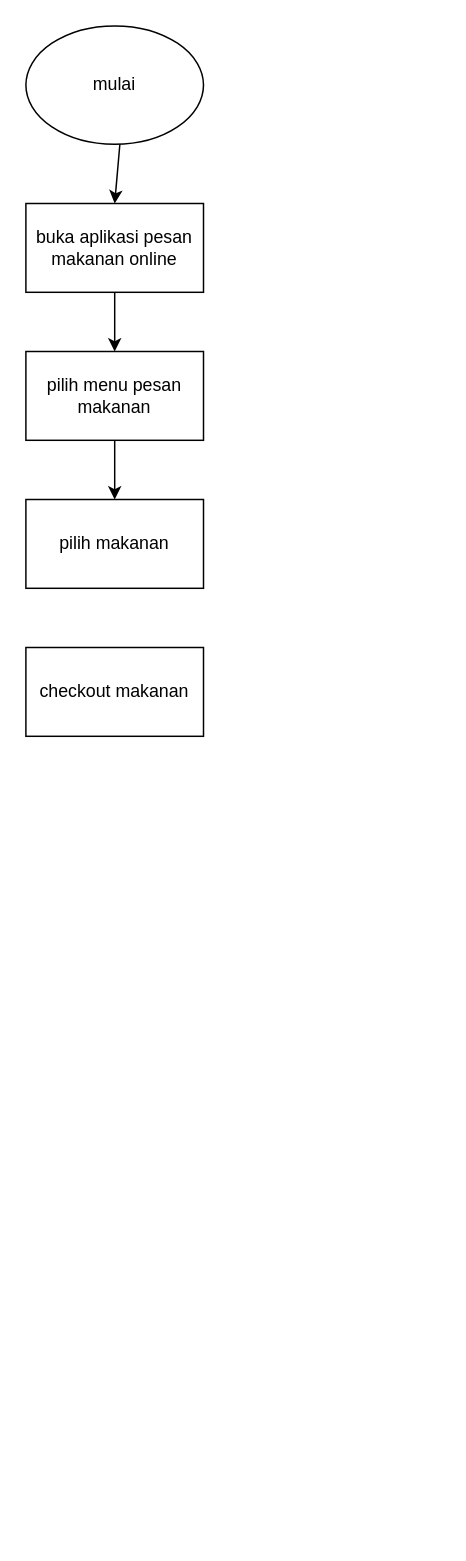
This is flowchart.drawio from hsyahridwan/ridwan_order-online-food_app, a draw.io file, before an edit. Source tidied: cells renumbered, new cells numbered last; positions are measured from the earlier drawing's top-left corner, leaving out a move shared by most shapes. Both pictures are drawn from the tidied source at 148%, with x=0, y=0 at pixel (25, 25).
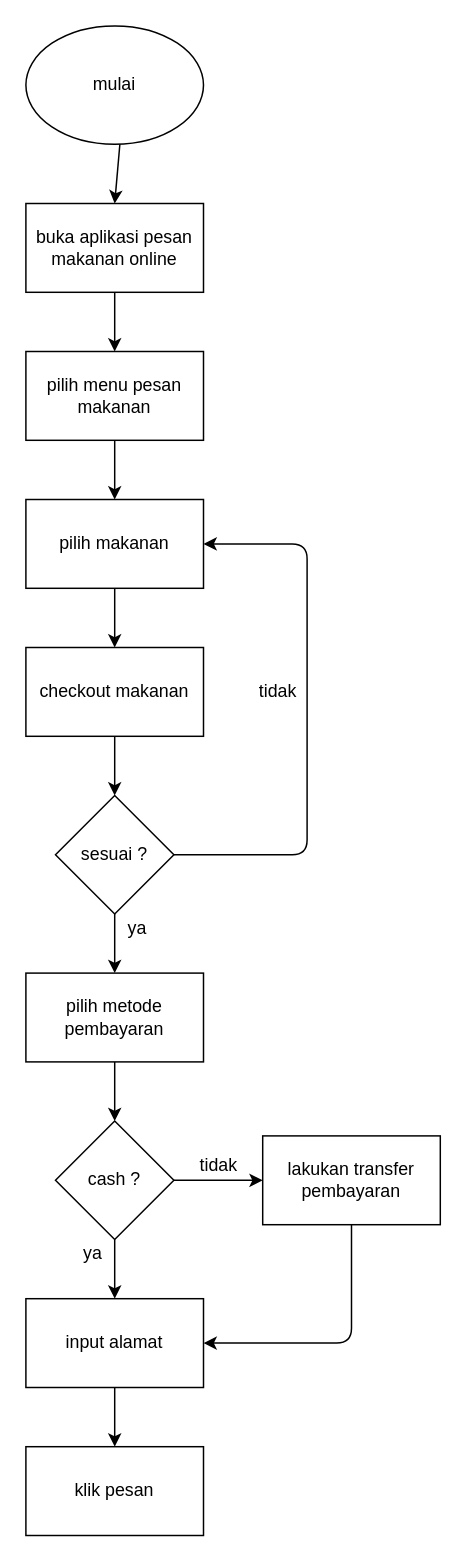
After the change.

Commit message:
menambahkan pengkodisian looping

Unchanged cells that the change refers to:
```xml
<mxCell id="8" value="pilih makanan" style="rounded=0;whiteSpace=wrap;html=1;" parent="1" vertex="1">
  <mxGeometry y="320" width="120" height="60" as="geometry" />
</mxCell>
<mxCell id="9" value="checkout makanan" style="rounded=0;whiteSpace=wrap;html=1;" parent="1" vertex="1">
  <mxGeometry y="420" width="120" height="60" as="geometry" />
</mxCell>
```

Change to the diagram source:
```diff
@@
+    <mxCell id="10" style="edgeStyle=none;html=1;" parent="1" edge="1" source="8" target="9">
+      <mxGeometry relative="1" as="geometry" />
+    </mxCell>
@@
+    <mxCell id="11" style="edgeStyle=none;html=1;" parent="1" edge="1" source="9" target="14">
+      <mxGeometry relative="1" as="geometry" />
+    </mxCell>
@@
+    <mxCell id="12" style="edgeStyle=none;html=1;" parent="1" edge="1" source="14" target="16">
+      <mxGeometry relative="1" as="geometry" />
+    </mxCell>
+    <mxCell id="13" style="edgeStyle=none;html=1;entryX=1;entryY=0.5;entryDx=0;entryDy=0;" parent="1" edge="1" source="14" target="8">
+      <mxGeometry relative="1" as="geometry">
+        <Array as="points">
+          <mxPoint x="190" y="560" />
+          <mxPoint x="190" y="350" />
+        </Array>
+      </mxGeometry>
+    </mxCell>
+    <mxCell id="14" value="sesuai ?" style="rhombus;whiteSpace=wrap;html=1;" parent="1" vertex="1">
+      <mxGeometry x="20" y="520" width="80" height="80" as="geometry" />
+    </mxCell>
+    <mxCell id="15" style="edgeStyle=none;html=1;" parent="1" edge="1" source="16" target="19">
+      <mxGeometry relative="1" as="geometry" />
+    </mxCell>
+    <mxCell id="16" value="pilih metode pembayaran" style="rounded=0;whiteSpace=wrap;html=1;" parent="1" vertex="1">
+      <mxGeometry y="640" width="120" height="60" as="geometry" />
+    </mxCell>
+    <mxCell id="17" style="edgeStyle=none;html=1;" parent="1" edge="1" source="19" target="21">
+      <mxGeometry relative="1" as="geometry" />
+    </mxCell>
+    <mxCell id="18" style="edgeStyle=none;html=1;" parent="1" edge="1" source="19" target="24">
+      <mxGeometry relative="1" as="geometry" />
+    </mxCell>
+    <mxCell id="19" value="cash ?" style="rhombus;whiteSpace=wrap;html=1;" parent="1" vertex="1">
+      <mxGeometry x="20" y="740" width="80" height="80" as="geometry" />
+    </mxCell>
+    <mxCell id="20" style="edgeStyle=none;html=1;" parent="1" edge="1" source="21" target="22">
+      <mxGeometry relative="1" as="geometry" />
+    </mxCell>
+    <mxCell id="21" value="input alamat" style="rounded=0;whiteSpace=wrap;html=1;" parent="1" vertex="1">
+      <mxGeometry y="860" width="120" height="60" as="geometry" />
+    </mxCell>
+    <mxCell id="22" value="klik pesan" style="rounded=0;whiteSpace=wrap;html=1;" parent="1" vertex="1">
+      <mxGeometry y="960" width="120" height="60" as="geometry" />
+    </mxCell>
+    <mxCell id="23" style="edgeStyle=none;html=1;entryX=1;entryY=0.5;entryDx=0;entryDy=0;" parent="1" edge="1" source="24" target="21">
+      <mxGeometry relative="1" as="geometry">
+        <Array as="points">
+          <mxPoint x="220" y="890" />
+        </Array>
+      </mxGeometry>
+    </mxCell>
+    <mxCell id="24" value="lakukan transfer pembayaran" style="rounded=0;whiteSpace=wrap;html=1;" parent="1" vertex="1">
+      <mxGeometry x="160" y="750" width="120" height="60" as="geometry" />
+    </mxCell>
+    <mxCell id="25" value="ya&lt;br&gt;" style="text;html=1;align=center;verticalAlign=middle;strokeColor=none;fillColor=none;" parent="1" vertex="1">
+      <mxGeometry x="30" y="820" width="30" height="20" as="geometry" />
+    </mxCell>
+    <mxCell id="26" value="ya&lt;br&gt;" style="text;html=1;align=center;verticalAlign=middle;strokeColor=none;fillColor=none;" parent="1" vertex="1">
+      <mxGeometry x="60" y="600" width="30" height="20" as="geometry" />
+    </mxCell>
+    <mxCell id="27" value="tidak" style="text;html=1;align=center;verticalAlign=middle;strokeColor=none;fillColor=none;" parent="1" vertex="1">
+      <mxGeometry x="110" y="760" width="40" height="20" as="geometry" />
+    </mxCell>
+    <mxCell id="28" value="tidak" style="text;html=1;align=center;verticalAlign=middle;strokeColor=none;fillColor=none;" parent="1" vertex="1">
+      <mxGeometry x="150" y="440" width="40" height="20" as="geometry" />
+    </mxCell>
```
